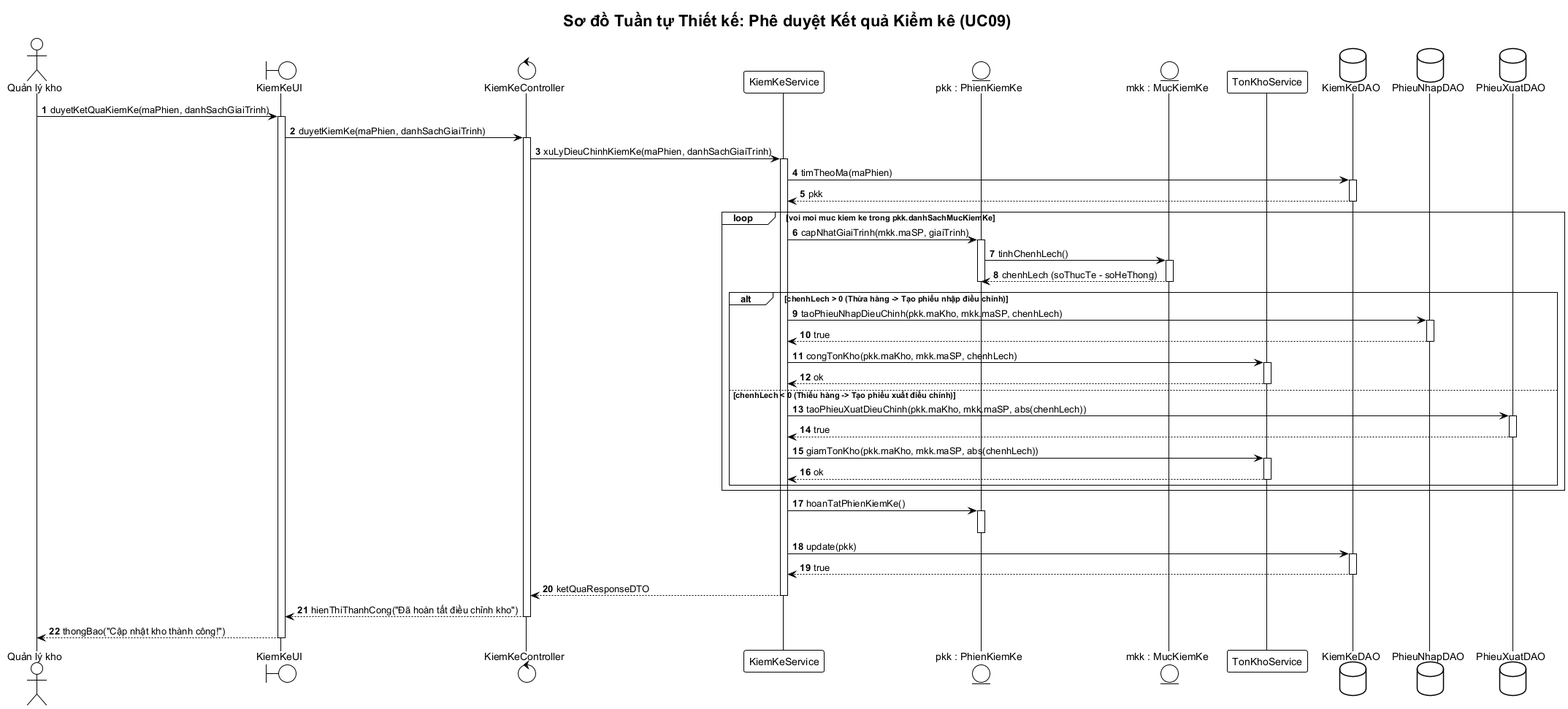
vuhoabinh2416137/G8_Quanlysanphamvakhohang keeps this PlantUML diagram as BTL-QuanLyKhoHang/diagrams/sequence-kiem-ke.png. Above is the earlier version.
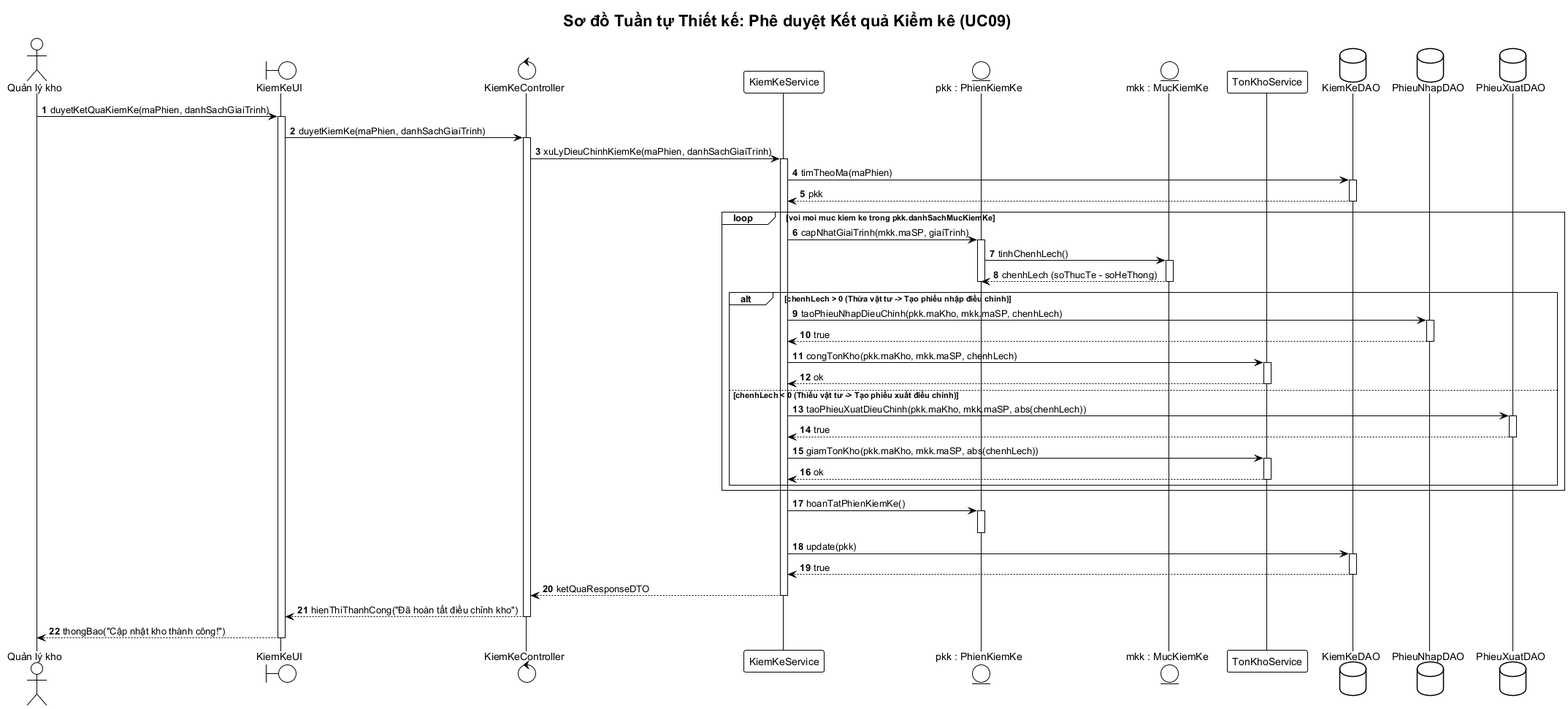
The same diagram one commit later.

What changed in the source:
```diff
@@ -39,7 +39,7 @@
     deactivate MKK
     deactivate PKK
 
-    alt chenhLech > 0 (Thừa hàng -> Tạo phiếu nhập điều chỉnh)
+    alt chenhLech > 0 (Thừa vật tư -> Tạo phiếu nhập điều chỉnh)
         Service -> PNDAO: taoPhieuNhapDieuChinh(pkk.maKho, mkk.maSP, chenhLech)
         activate PNDAO
         PNDAO --> Service: true
@@ -48,7 +48,7 @@
         activate TKService
         TKService --> Service: ok
         deactivate TKService
-    else chenhLech < 0 (Thiếu hàng -> Tạo phiếu xuất điều chỉnh)
+    else chenhLech < 0 (Thiếu vật tư -> Tạo phiếu xuất điều chỉnh)
         Service -> PXDAO: taoPhieuXuatDieuChinh(pkk.maKho, mkk.maSP, abs(chenhLech))
         activate PXDAO
         PXDAO --> Service: true
```
